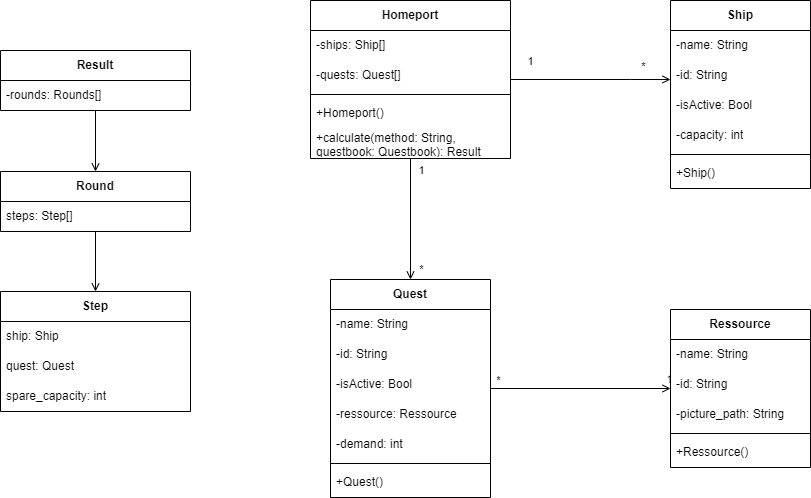
The draw.io diagram Klassendiagramm_Backend.drawio.png in Mole1803/SPoRT, before a commit. Source tidied: cells renumbered, new cells last; positions are measured from the earlier drawing's top-left corner, leaving out a move shared by most shapes.
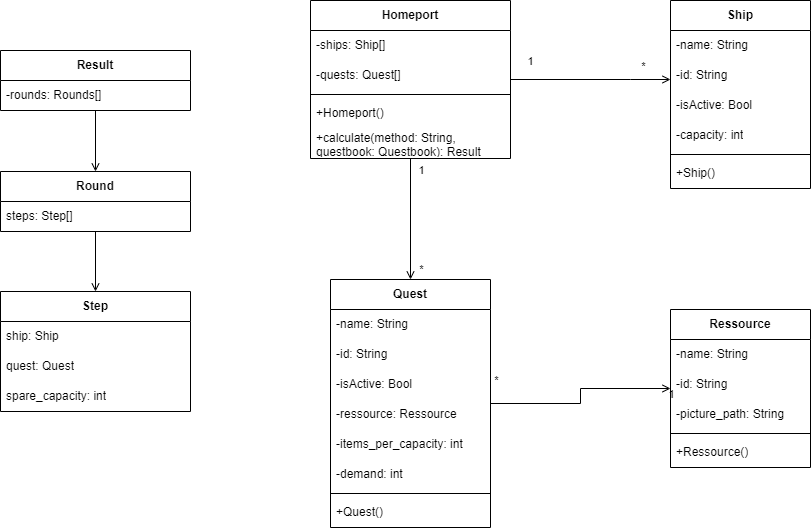
After the change.

Commit message:
add items per capacity parameter for quests

The edit, as a diff of the source:
```diff
@@ -90,7 +90,7 @@
       </mxGeometry>
     </mxCell>
     <mxCell id="24" value="&lt;b&gt;Quest&lt;/b&gt;" style="swimlane;fontStyle=0;horizontal=1;startSize=30;whiteSpace=wrap;html=1;rounded=0;labelBackgroundColor=none;" parent="1" vertex="1">
-      <mxGeometry x="330" y="279" width="160" height="218" as="geometry" />
+      <mxGeometry x="330" y="279" width="160" height="248" as="geometry" />
     </mxCell>
     <mxCell id="25" value="-name: String" style="text;strokeColor=none;fillColor=none;align=left;verticalAlign=middle;spacingLeft=4;spacingRight=4;overflow=hidden;whiteSpace=wrap;html=1;rounded=0;labelBackgroundColor=none;" parent="24" vertex="1">
       <mxGeometry y="30" width="160" height="30" as="geometry" />
@@ -104,14 +104,17 @@
     <mxCell id="28" value="-ressource: Ressource" style="text;strokeColor=none;fillColor=none;align=left;verticalAlign=middle;spacingLeft=4;spacingRight=4;overflow=hidden;whiteSpace=wrap;html=1;rounded=0;labelBackgroundColor=none;" parent="24" vertex="1">
       <mxGeometry y="120" width="160" height="30" as="geometry" />
     </mxCell>
+    <mxCell id="48" value="-items_per_capacity: int" style="text;strokeColor=none;fillColor=none;align=left;verticalAlign=middle;spacingLeft=4;spacingRight=4;overflow=hidden;whiteSpace=wrap;html=1;rounded=0;labelBackgroundColor=none;" parent="24" vertex="1">
+      <mxGeometry y="150" width="160" height="30" as="geometry" />
+    </mxCell>
     <mxCell id="29" value="-demand: int" style="text;strokeColor=none;fillColor=none;align=left;verticalAlign=middle;spacingLeft=4;spacingRight=4;overflow=hidden;whiteSpace=wrap;html=1;rounded=0;labelBackgroundColor=none;" parent="24" vertex="1">
-      <mxGeometry y="150" width="160" height="30" as="geometry" />
+      <mxGeometry y="180" width="160" height="30" as="geometry" />
     </mxCell>
     <mxCell id="30" style="line;strokeWidth=1;fillColor=none;align=left;verticalAlign=middle;spacingTop=-1;spacingLeft=3;spacingRight=3;labelPosition=right;rounded=0;labelBackgroundColor=none;" parent="24" vertex="1">
-      <mxGeometry y="180" width="160" height="8" as="geometry" />
+      <mxGeometry y="210" width="160" height="8" as="geometry" />
     </mxCell>
     <mxCell id="31" value="+Quest()" style="text;strokeColor=none;fillColor=none;align=left;verticalAlign=middle;spacingLeft=4;spacingRight=4;overflow=hidden;whiteSpace=wrap;html=1;rounded=0;labelBackgroundColor=none;" parent="24" vertex="1">
-      <mxGeometry y="188" width="160" height="30" as="geometry" />
+      <mxGeometry y="218" width="160" height="30" as="geometry" />
     </mxCell>
     <mxCell id="32" value="&lt;b&gt;Ressource&lt;/b&gt;" style="swimlane;fontStyle=0;horizontal=1;startSize=30;whiteSpace=wrap;html=1;rounded=0;labelBackgroundColor=none;" parent="1" vertex="1">
       <mxGeometry x="670" y="309" width="140" height="158" as="geometry" />
```
